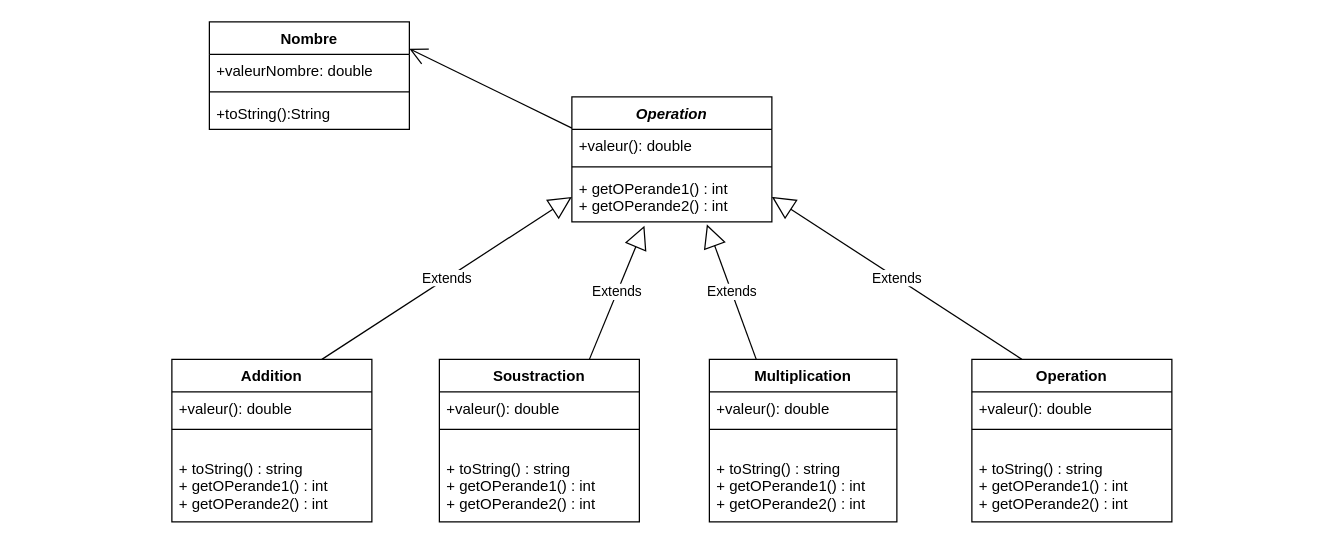
The draw.io diagram src/.drawio.xml in DariusAlex03/SAE_CALCULATRICE_JAVA, before the edit. Source tidied: cells renumbered, new cells numbered last; positions are measured from the earlier drawing's top-left corner, leaving out a move shared by most shapes. Both pictures are drawn from the tidied source at 125%, with x=0, y=0 at pixel (171, 21).
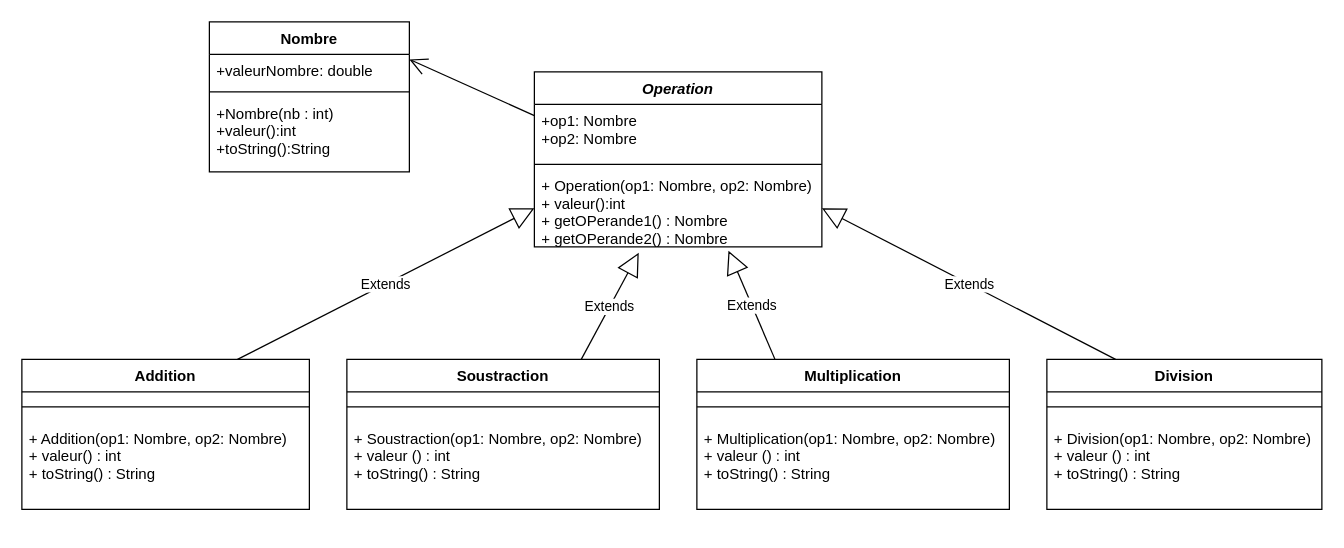
The same diagram, later.

What changed in the source:
```diff
@@
     <mxCell id="2" value="Operation" style="swimlane;fontStyle=3;align=center;verticalAlign=top;horizontal=1;startSize=26;" parent="1" vertex="1">
-      <mxGeometry x="320" y="60" width="160" height="100" as="geometry" />
+      <mxGeometry x="290" y="40" width="230" height="140" as="geometry" />
     </mxCell>
-    <mxCell id="3" value="+valeur(): double" style="text;strokeColor=none;fillColor=none;align=left;verticalAlign=top;spacingLeft=4;spacingRight=4;overflow=hidden;" parent="2" vertex="1">
-      <mxGeometry y="26" width="160" height="26" as="geometry" />
+    <mxCell id="3" value="+op1: Nombre&#10;+op2: Nombre" style="text;strokeColor=none;fillColor=none;align=left;verticalAlign=top;spacingLeft=4;spacingRight=4;overflow=hidden;" parent="2" vertex="1">
+      <mxGeometry y="26" width="230" height="44" as="geometry" />
     </mxCell>
     <mxCell id="4" style="line;strokeWidth=1;fillColor=none;align=left;verticalAlign=middle;spacingTop=-1;spacingLeft=3;spacingRight=3;labelPosition=right;" parent="2" vertex="1">
-      <mxGeometry y="52" width="160" height="8" as="geometry" />
+      <mxGeometry y="70" width="230" height="8" as="geometry" />
     </mxCell>
-    <mxCell id="5" value="+ getOPerande1() : int&#10;+ getOPerande2() : int" style="text;strokeColor=none;fillColor=none;align=left;verticalAlign=top;spacingLeft=4;spacingRight=4;overflow=hidden;points=[[0,0.5],[1,0.5]];portConstraint=eastwest;" parent="2" vertex="1">
-      <mxGeometry y="60" width="160" height="40" as="geometry" />
+    <mxCell id="5" value="+ Operation(op1: Nombre, op2: Nombre)&#10;+ valeur():int  &#10;+ getOPerande1() : Nombre&#10;+ getOPerande2() : Nombre" style="text;strokeColor=none;fillColor=none;align=left;verticalAlign=top;spacingLeft=4;spacingRight=4;overflow=hidden;points=[[0,0.5],[1,0.5]];portConstraint=eastwest;fontStyle=0;" parent="2" vertex="1">
+      <mxGeometry y="78" width="230" height="62" as="geometry" />
     </mxCell>
-    <mxCell id="6" value="Operation" style="swimlane;fontStyle=1;align=center;verticalAlign=top;horizontal=1;startSize=26;" parent="1" vertex="1">
-      <mxGeometry x="640" y="270" width="160" height="130" as="geometry" />
+    <mxCell id="6" value="Division" style="swimlane;fontStyle=1;align=center;verticalAlign=top;horizontal=1;startSize=26;" parent="1" vertex="1">
+      <mxGeometry x="700" y="270" width="220" height="120" as="geometry" />
     </mxCell>
-    <mxCell id="7" value="+valeur(): double" style="text;strokeColor=none;fillColor=none;align=left;verticalAlign=top;spacingLeft=4;spacingRight=4;overflow=hidden;" parent="6" vertex="1">
-      <mxGeometry y="26" width="160" height="26" as="geometry" />
-    </mxCell>
     <mxCell id="8" style="line;strokeWidth=1;fillColor=none;align=left;verticalAlign=middle;spacingTop=-1;spacingLeft=3;spacingRight=3;labelPosition=right;" parent="6" vertex="1">
-      <mxGeometry y="52" width="160" height="8" as="geometry" />
+      <mxGeometry y="26" width="220" height="24" as="geometry" />
     </mxCell>
-    <mxCell id="9" value="&#10;+ toString() : string&#10;+ getOPerande1() : int&#10;+ getOPerande2() : int" style="text;strokeColor=none;fillColor=none;align=left;verticalAlign=top;spacingLeft=4;spacingRight=4;overflow=hidden;" parent="6" vertex="1">
-      <mxGeometry y="60" width="160" height="70" as="geometry" />
+    <mxCell id="9" value="+ Division(op1: Nombre, op2: Nombre)&#10;+ valeur () : int&#10;+ toString() : String" style="text;strokeColor=none;fillColor=none;align=left;verticalAlign=top;spacingLeft=4;spacingRight=4;overflow=hidden;" parent="6" vertex="1">
+      <mxGeometry y="50" width="220" height="70" as="geometry" />
     </mxCell>
     <mxCell id="10" value="Addition" style="swimlane;fontStyle=1;align=center;verticalAlign=top;horizontal=1;startSize=26;" parent="1" vertex="1">
-      <mxGeometry y="270" width="160" height="130" as="geometry" />
+      <mxGeometry x="-120" y="270" width="230" height="120" as="geometry" />
     </mxCell>
-    <mxCell id="11" value="+valeur(): double" style="text;strokeColor=none;fillColor=none;align=left;verticalAlign=top;spacingLeft=4;spacingRight=4;overflow=hidden;" parent="10" vertex="1">
-      <mxGeometry y="26" width="160" height="26" as="geometry" />
-    </mxCell>
     <mxCell id="12" style="line;strokeWidth=1;fillColor=none;align=left;verticalAlign=middle;spacingTop=-1;spacingLeft=3;spacingRight=3;labelPosition=right;" parent="10" vertex="1">
-      <mxGeometry y="52" width="160" height="8" as="geometry" />
+      <mxGeometry y="26" width="230" height="24" as="geometry" />
     </mxCell>
-    <mxCell id="13" value="&#10;+ toString() : string&#10;+ getOPerande1() : int&#10;+ getOPerande2() : int&#10;" style="text;strokeColor=none;fillColor=none;align=left;verticalAlign=top;spacingLeft=4;spacingRight=4;overflow=hidden;" parent="10" vertex="1">
-      <mxGeometry y="60" width="160" height="70" as="geometry" />
+    <mxCell id="13" value="+ Addition(op1: Nombre, op2: Nombre)&#10;+ valeur() : int&#10;+ toString() : String&#10;&#10;" style="text;strokeColor=none;fillColor=none;align=left;verticalAlign=top;spacingLeft=4;spacingRight=4;overflow=hidden;" parent="10" vertex="1">
+      <mxGeometry y="50" width="230" height="70" as="geometry" />
     </mxCell>
     <mxCell id="14" value="Multiplication" style="swimlane;fontStyle=1;align=center;verticalAlign=top;horizontal=1;startSize=26;" parent="1" vertex="1">
-      <mxGeometry x="430" y="270" width="150" height="130" as="geometry" />
+      <mxGeometry x="420" y="270" width="250" height="120" as="geometry" />
     </mxCell>
-    <mxCell id="15" value="+valeur(): double" style="text;strokeColor=none;fillColor=none;align=left;verticalAlign=top;spacingLeft=4;spacingRight=4;overflow=hidden;" parent="14" vertex="1">
-      <mxGeometry y="26" width="150" height="26" as="geometry" />
-    </mxCell>
     <mxCell id="16" style="line;strokeWidth=1;fillColor=none;align=left;verticalAlign=middle;spacingTop=-1;spacingLeft=3;spacingRight=3;labelPosition=right;" parent="14" vertex="1">
-      <mxGeometry y="52" width="150" height="8" as="geometry" />
+      <mxGeometry y="26" width="250" height="24" as="geometry" />
     </mxCell>
-    <mxCell id="17" value="&#10;+ toString() : string&#10;+ getOPerande1() : int&#10;+ getOPerande2() : int" style="text;strokeColor=none;fillColor=none;align=left;verticalAlign=top;spacingLeft=4;spacingRight=4;overflow=hidden;" parent="14" vertex="1">
-      <mxGeometry y="60" width="150" height="70" as="geometry" />
+    <mxCell id="17" value="+ Multiplication(op1: Nombre, op2: Nombre)&#10;+ valeur () : int&#10;+ toString() : String&#10;&#10;" style="text;strokeColor=none;fillColor=none;align=left;verticalAlign=top;spacingLeft=4;spacingRight=4;overflow=hidden;" parent="14" vertex="1">
+      <mxGeometry y="50" width="250" height="70" as="geometry" />
     </mxCell>
     <mxCell id="18" value="Soustraction" style="swimlane;fontStyle=1;align=center;verticalAlign=top;horizontal=1;startSize=26;" parent="1" vertex="1">
-      <mxGeometry x="214" y="270" width="160" height="130" as="geometry" />
+      <mxGeometry x="140" y="270" width="250" height="120" as="geometry" />
     </mxCell>
-    <mxCell id="19" value="+valeur(): double" style="text;strokeColor=none;fillColor=none;align=left;verticalAlign=top;spacingLeft=4;spacingRight=4;overflow=hidden;" parent="18" vertex="1">
-      <mxGeometry y="26" width="160" height="26" as="geometry" />
-    </mxCell>
     <mxCell id="20" style="line;strokeWidth=1;fillColor=none;align=left;verticalAlign=middle;spacingTop=-1;spacingLeft=3;spacingRight=3;labelPosition=right;" parent="18" vertex="1">
-      <mxGeometry y="52" width="160" height="8" as="geometry" />
+      <mxGeometry y="26" width="250" height="24" as="geometry" />
     </mxCell>
-    <mxCell id="21" value="&#10;+ toString() : string&#10;+ getOPerande1() : int&#10;+ getOPerande2() : int" style="text;strokeColor=none;fillColor=none;align=left;verticalAlign=top;spacingLeft=4;spacingRight=4;overflow=hidden;" parent="18" vertex="1">
-      <mxGeometry y="60" width="160" height="70" as="geometry" />
+    <mxCell id="21" value="+ Soustraction(op1: Nombre, op2: Nombre)&#10;+ valeur () : int&#10;+ toString() : String&#10;" style="text;strokeColor=none;fillColor=none;align=left;verticalAlign=top;spacingLeft=4;spacingRight=4;overflow=hidden;" parent="18" vertex="1">
+      <mxGeometry y="50" width="250" height="70" as="geometry" />
     </mxCell>
@@
     <mxCell id="26" value="Nombre" style="swimlane;fontStyle=1;align=center;verticalAlign=top;horizontal=1;startSize=26;" parent="1" vertex="1">
-      <mxGeometry x="30" width="160" height="86" as="geometry" />
+      <mxGeometry x="30" width="160" height="120" as="geometry" />
     </mxCell>
@@
-    <mxCell id="29" value="+toString():String" style="text;strokeColor=none;fillColor=none;align=left;verticalAlign=top;spacingLeft=4;spacingRight=4;overflow=hidden;" parent="26" vertex="1">
-      <mxGeometry y="60" width="160" height="26" as="geometry" />
+    <mxCell id="29" value="+Nombre(nb : int)&#10;+valeur():int&#10;+toString():String" style="text;strokeColor=none;fillColor=none;align=left;verticalAlign=top;spacingLeft=4;spacingRight=4;overflow=hidden;" parent="26" vertex="1">
+      <mxGeometry y="60" width="160" height="60" as="geometry" />
     </mxCell>
```
